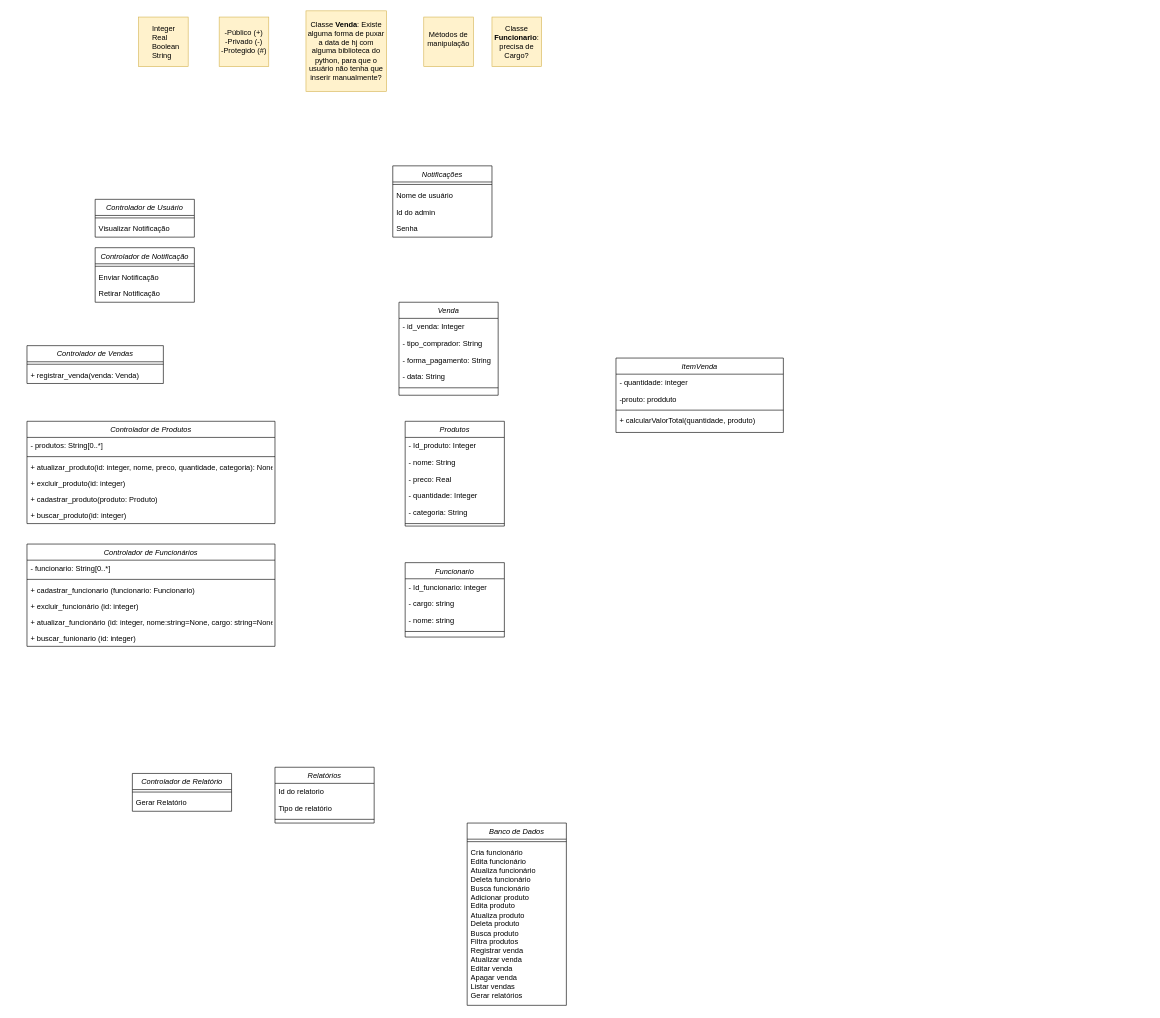
belleruivo/cantina-fatore keeps this draw.io diagram as Diagrama de Classe.drawio. Above is the earlier version. Source tidied: cells renumbered, new cells numbered last; positions are measured from the earlier drawing's top-left corner, leaving out a move shared by most shapes. Both pictures are drawn from the tidied source at 62%, with x=0, y=0 at pixel (27, 11).
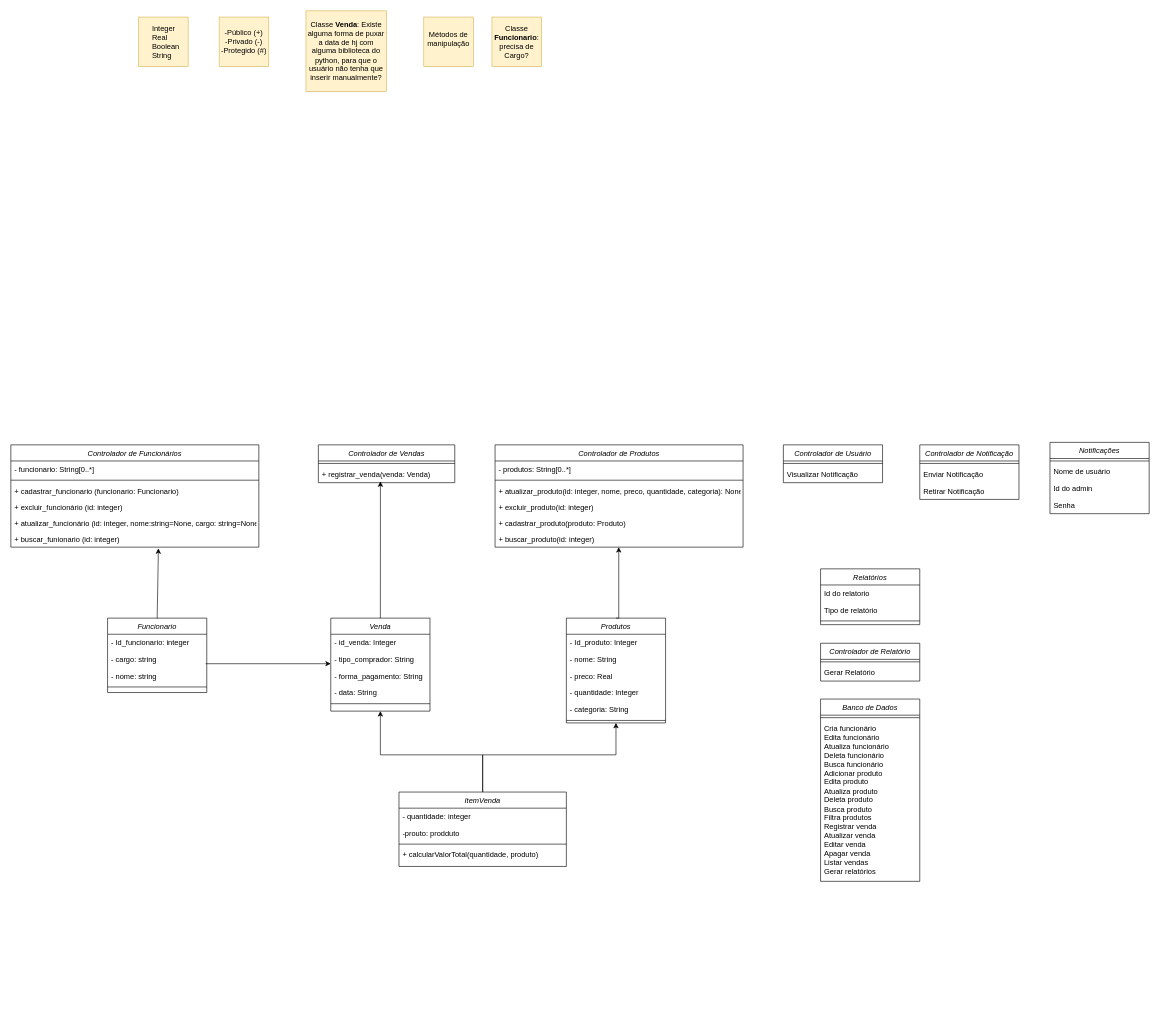
Above is the later version.

The change refers to these unchanged cells:
```xml
<mxCell id="15" value="+ buscar_funionario (id: integer)" style="text;align=left;verticalAlign=top;spacingLeft=4;spacingRight=4;overflow=hidden;points=[[0,0.5],[1,0.5]];portConstraint=eastwest;rounded=0;shadow=0;html=0;" parent="9" vertex="1">
  <mxGeometry y="139" width="400" height="26" as="geometry" />
</mxCell>
<mxCell id="18" value="+ registrar_venda(venda: Venda)" style="text;strokeColor=none;fillColor=none;align=left;verticalAlign=top;spacingLeft=4;spacingRight=4;overflow=hidden;points=[[0,0.5],[1,0.5]];portConstraint=eastwest;" parent="16" vertex="1">
  <mxGeometry y="34" width="220" height="27" as="geometry" />
</mxCell>
<mxCell id="36" value="- tipo_comprador: String" style="text;strokeColor=none;fillColor=none;align=left;verticalAlign=top;spacingLeft=4;spacingRight=4;overflow=hidden;points=[[0,0.5],[1,0.5]];portConstraint=eastwest;" parent="34" vertex="1">
  <mxGeometry y="53" width="160" height="27" as="geometry" />
</mxCell>
<mxCell id="49" value="- cargo: string" style="text;strokeColor=none;fillColor=none;align=left;verticalAlign=top;spacingLeft=4;spacingRight=4;overflow=hidden;points=[[0,0.5],[1,0.5]];portConstraint=eastwest;" parent="47" vertex="1">
  <mxGeometry y="53" width="160" height="27" as="geometry" />
</mxCell>
```

The edit, as a diff of the source:
```diff
@@
     <mxCell id="2" value="Controlador de Produtos" style="swimlane;fontStyle=2;align=center;verticalAlign=top;horizontal=1;startSize=26;rounded=0;shadow=0;strokeWidth=1;" parent="1" vertex="1">
-      <mxGeometry y="662" width="400" height="165" as="geometry" />
+      <mxGeometry x="755" y="700" width="400" height="165" as="geometry" />
     </mxCell>
@@
     <mxCell id="9" value="Controlador de Funcionários" style="swimlane;fontStyle=2;align=center;verticalAlign=top;horizontal=1;startSize=26;rounded=0;shadow=0;strokeWidth=1;" parent="1" vertex="1">
-      <mxGeometry y="860" width="400" height="165" as="geometry" />
+      <mxGeometry x="-26" y="700" width="400" height="165" as="geometry" />
     </mxCell>
@@
     <mxCell id="16" value="Controlador de Vendas" style="swimlane;fontStyle=2;align=center;verticalAlign=top;horizontal=1;startSize=26;rounded=0;shadow=0;strokeWidth=1;" parent="1" vertex="1">
-      <mxGeometry y="540" width="220" height="61" as="geometry" />
+      <mxGeometry x="470" y="700" width="220" height="61" as="geometry" />
     </mxCell>
@@
     <mxCell id="19" value="Controlador de Notificação" style="swimlane;fontStyle=2;align=center;verticalAlign=top;horizontal=1;startSize=26;rounded=0;shadow=0;strokeWidth=1;" parent="1" vertex="1">
-      <mxGeometry x="110" y="382" width="160" height="88" as="geometry" />
+      <mxGeometry x="1440" y="700" width="160" height="88" as="geometry" />
     </mxCell>
@@
     <mxCell id="23" value="Controlador de Usuário" style="swimlane;fontStyle=2;align=center;verticalAlign=top;horizontal=1;startSize=26;rounded=0;shadow=0;strokeWidth=1;" parent="1" vertex="1">
-      <mxGeometry x="110" y="304" width="160" height="61" as="geometry" />
+      <mxGeometry x="1220" y="700" width="160" height="61" as="geometry" />
     </mxCell>
@@
     <mxCell id="26" value="Controlador de Relatório" style="swimlane;fontStyle=2;align=center;verticalAlign=top;horizontal=1;startSize=26;rounded=0;shadow=0;strokeWidth=1;" parent="1" vertex="1">
-      <mxGeometry x="170" y="1230" width="160" height="61" as="geometry" />
+      <mxGeometry x="1280" y="1020" width="160" height="61" as="geometry" />
     </mxCell>
@@
     <mxCell id="29" value="Notificações" style="swimlane;fontStyle=2;align=center;verticalAlign=top;horizontal=1;startSize=26;rounded=0;shadow=0;strokeWidth=1;" parent="1" vertex="1">
-      <mxGeometry x="590" y="250" width="160" height="115" as="geometry" />
+      <mxGeometry x="1650" y="696" width="160" height="115" as="geometry" />
     </mxCell>
@@
     <mxCell id="34" value="Venda" style="swimlane;fontStyle=2;align=center;verticalAlign=top;horizontal=1;startSize=26;rounded=0;shadow=0;strokeWidth=1;" parent="1" vertex="1">
-      <mxGeometry x="600" y="470" width="160" height="150" as="geometry" />
+      <mxGeometry x="490" y="979.5" width="160" height="150" as="geometry" />
     </mxCell>
@@
     <mxCell id="40" value="Produtos" style="swimlane;fontStyle=2;align=center;verticalAlign=top;horizontal=1;startSize=26;rounded=0;shadow=0;strokeWidth=1;" parent="1" vertex="1">
-      <mxGeometry x="610" y="662" width="160" height="169" as="geometry" />
+      <mxGeometry x="870" y="979.5" width="160" height="169" as="geometry" />
     </mxCell>
@@
     <mxCell id="47" value="Funcionario" style="swimlane;fontStyle=2;align=center;verticalAlign=top;horizontal=1;startSize=26;rounded=0;shadow=0;strokeWidth=1;" parent="1" vertex="1">
-      <mxGeometry x="610" y="890" width="160" height="120" as="geometry" />
+      <mxGeometry x="130" y="979.5" width="160" height="120" as="geometry" />
     </mxCell>
@@
     <mxCell id="54" value="Relatórios" style="swimlane;fontStyle=2;align=center;verticalAlign=top;horizontal=1;startSize=26;rounded=0;shadow=0;strokeWidth=1;" parent="1" vertex="1">
-      <mxGeometry x="400" y="1220" width="160" height="90" as="geometry" />
+      <mxGeometry x="1280" y="900" width="160" height="90" as="geometry" />
     </mxCell>
@@
     <mxCell id="58" value="Banco de Dados" style="swimlane;fontStyle=2;align=center;verticalAlign=top;horizontal=1;startSize=26;rounded=0;shadow=0;strokeWidth=1;" parent="1" vertex="1">
-      <mxGeometry x="710" y="1310" width="160" height="294" as="geometry" />
+      <mxGeometry x="1280" y="1110" width="160" height="294" as="geometry" />
     </mxCell>
@@
+    <mxCell id="74" style="edgeStyle=orthogonalEdgeStyle;rounded=0;jettySize=auto;html=1;entryX=0.5;entryY=1;entryDx=0;entryDy=0;" parent="1" edge="1" source="67" target="34">
+      <mxGeometry relative="1" as="geometry">
+        <Array as="points">
+          <mxPoint x="735" y="1200" />
+          <mxPoint x="570" y="1200" />
+        </Array>
+      </mxGeometry>
+    </mxCell>
+    <mxCell id="75" style="edgeStyle=orthogonalEdgeStyle;rounded=0;jettySize=auto;html=1;entryX=0.5;entryY=1;entryDx=0;entryDy=0;" parent="1" edge="1" source="67" target="40">
+      <mxGeometry relative="1" as="geometry">
+        <Array as="points">
+          <mxPoint x="735" y="1200" />
+          <mxPoint x="950" y="1200" />
+        </Array>
+      </mxGeometry>
+    </mxCell>
     <mxCell id="67" value="ItemVenda" style="swimlane;fontStyle=2;align=center;verticalAlign=top;horizontal=1;startSize=26;rounded=0;shadow=0;strokeWidth=1;" parent="1" vertex="1">
-      <mxGeometry x="950" y="560" width="270" height="120" as="geometry" />
+      <mxGeometry x="600" y="1260" width="270" height="120" as="geometry" />
     </mxCell>
@@
+    <mxCell id="76" style="edgeStyle=orthogonalEdgeStyle;rounded=0;jettySize=auto;html=1;entryX=0.5;entryY=1;entryDx=0;entryDy=0;exitX=0.5;exitY=0;exitDx=0;exitDy=0;" parent="1" edge="1" source="40">
+      <mxGeometry relative="1" as="geometry">
+        <mxPoint x="954.5" y="865" as="targetPoint" />
+        <Array as="points">
+          <mxPoint x="955" y="980" />
+        </Array>
+      </mxGeometry>
+    </mxCell>
+    <mxCell id="77" style="endArrow=classic;html=1;rounded=0;entryX=0.455;entryY=0.926;entryDx=0;entryDy=0;entryPerimeter=0;exitX=0.5;exitY=0;exitDx=0;exitDy=0;" parent="1" edge="1" source="34" target="18">
+      <mxGeometry relative="1" as="geometry" />
+    </mxCell>
+    <mxCell id="78" style="endArrow=classic;html=1;rounded=0;entryX=0.595;entryY=1.077;entryDx=0;entryDy=0;entryPerimeter=0;" parent="1" edge="1" target="15">
+      <mxGeometry relative="1" as="geometry">
+        <mxPoint x="210" y="980" as="sourcePoint" />
+      </mxGeometry>
+    </mxCell>
+    <mxCell id="79" style="endArrow=classic;html=1;rounded=0;exitX=0.988;exitY=0.759;exitDx=0;exitDy=0;exitPerimeter=0;entryX=0;entryY=0.759;entryDx=0;entryDy=0;entryPerimeter=0;" parent="1" edge="1" source="49" target="36">
+      <mxGeometry relative="1" as="geometry" />
+    </mxCell>
```
